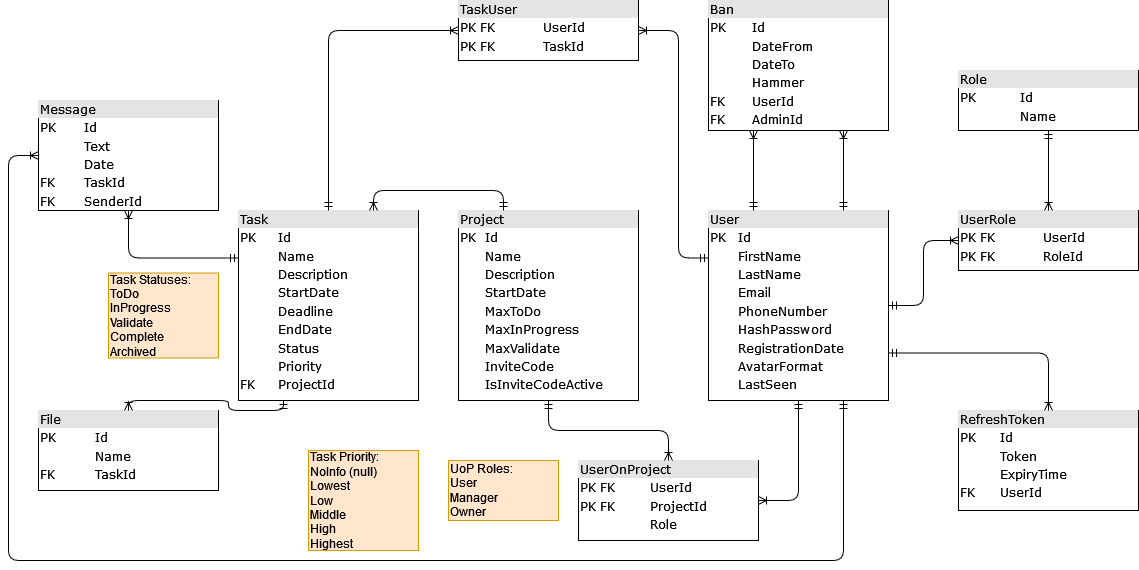
Before: Data/Diagrams/diagram.png, a diagram exported from draw.io (NktCHRN/EasyWork). Source tidied: cells renumbered, new cells last; positions are measured from the earlier drawing's top-left corner, leaving out a move shared by most shapes.
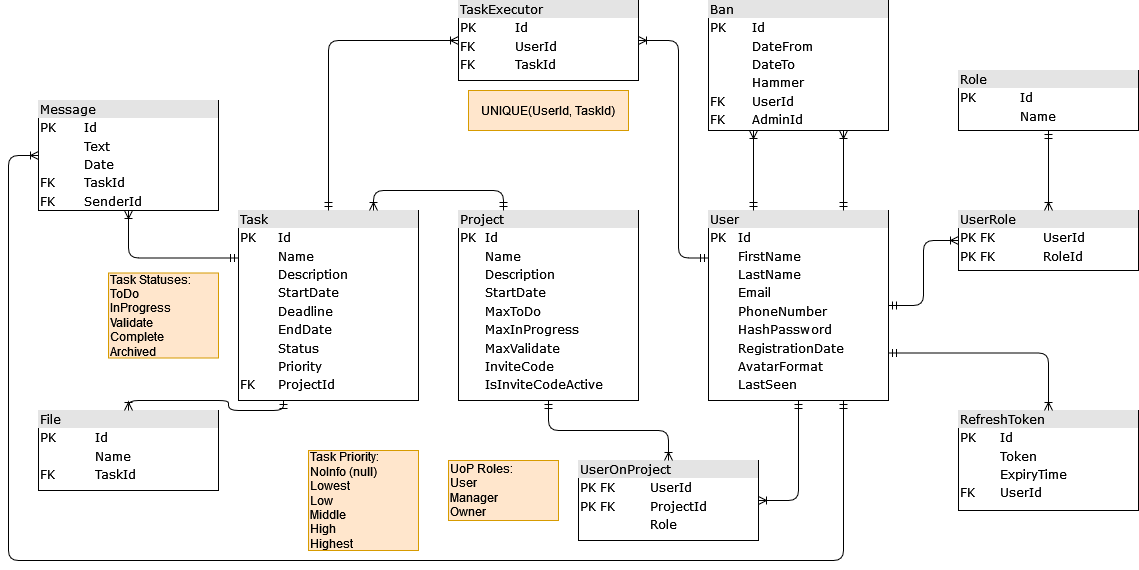
Above is the later version.

Commit message:
Changed the diagram, started doing the TasksHub and fixed bugs

Diff of the diagram source:
```diff
@@ -49,7 +49,7 @@
       <mxGeometry relative="1" as="geometry">
         <Array as="points">
           <mxPoint x="670" y="258" />
-          <mxPoint x="670" y="30" />
+          <mxPoint x="670" y="40" />
         </Array>
       </mxGeometry>
     </mxCell>
@@ -102,13 +102,13 @@
     <mxCell id="24" value="&lt;div&gt;UoP Roles:&lt;/div&gt;&lt;div&gt;User&lt;/div&gt;&lt;div&gt;Manager&lt;/div&gt;&lt;div&gt;Owner&lt;br&gt;&lt;/div&gt;" style="rounded=0;whiteSpace=wrap;html=1;fillColor=#ffe6cc;strokeColor=#d79b00;align=left;" parent="1" vertex="1">
       <mxGeometry x="440" y="460" width="110" height="60" as="geometry" />
     </mxCell>
-    <mxCell id="25" value="&lt;div style=&quot;box-sizing: border-box ; width: 100% ; background: #e4e4e4 ; padding: 2px&quot;&gt;TaskUser&lt;/div&gt;&lt;table style=&quot;width: 100% ; font-size: 1em&quot; cellspacing=&quot;0&quot; cellpadding=&quot;2&quot;&gt;&lt;tbody&gt;&lt;tr&gt;&lt;td&gt;PK FK&lt;br&gt;&lt;/td&gt;&lt;td&gt;UserId&lt;/td&gt;&lt;/tr&gt;&lt;tr&gt;&lt;td&gt;PK FK&lt;br&gt;&lt;/td&gt;&lt;td&gt;TaskId&lt;br&gt;&lt;/td&gt;&lt;/tr&gt;&lt;/tbody&gt;&lt;/table&gt;" style="verticalAlign=top;align=left;overflow=fill;html=1;rounded=0;shadow=0;comic=0;labelBackgroundColor=none;strokeWidth=1;fontFamily=Verdana;fontSize=12;" parent="1" vertex="1">
-      <mxGeometry x="450" width="180" height="60" as="geometry" />
+    <mxCell id="25" value="&lt;div style=&quot;box-sizing: border-box ; width: 100% ; background: #e4e4e4 ; padding: 2px&quot;&gt;TaskExecutor&lt;/div&gt;&lt;table style=&quot;width: 100% ; font-size: 1em&quot; cellspacing=&quot;0&quot; cellpadding=&quot;2&quot;&gt;&lt;tbody&gt;&lt;tr&gt;&lt;td&gt;PK&lt;/td&gt;&lt;td&gt;Id&lt;br&gt;&lt;/td&gt;&lt;/tr&gt;&lt;tr&gt;&lt;td&gt;FK&lt;br&gt;&lt;/td&gt;&lt;td&gt;UserId&lt;/td&gt;&lt;/tr&gt;&lt;tr&gt;&lt;td&gt;FK&lt;br&gt;&lt;/td&gt;&lt;td&gt;TaskId&lt;br&gt;&lt;/td&gt;&lt;/tr&gt;&lt;/tbody&gt;&lt;/table&gt;" style="verticalAlign=top;align=left;overflow=fill;html=1;rounded=0;shadow=0;comic=0;labelBackgroundColor=none;strokeWidth=1;fontFamily=Verdana;fontSize=12;" parent="1" vertex="1">
+      <mxGeometry x="450" width="180" height="80" as="geometry" />
     </mxCell>
     <mxCell id="26" style="edgeStyle=orthogonalEdgeStyle;html=1;labelBackgroundColor=none;startArrow=ERmandOne;endArrow=ERoneToMany;fontFamily=Verdana;fontSize=12;align=left;entryX=0;entryY=0.5;entryDx=0;entryDy=0;exitX=0.5;exitY=0;exitDx=0;exitDy=0;" parent="1" edge="1" source="11" target="25">
       <mxGeometry relative="1" as="geometry">
         <Array as="points">
-          <mxPoint x="320" y="30" />
+          <mxPoint x="320" y="40" />
         </Array>
       </mxGeometry>
     </mxCell>
@@ -118,5 +118,8 @@
     <mxCell id="28" style="edgeStyle=orthogonalEdgeStyle;html=1;labelBackgroundColor=none;startArrow=ERmandOne;endArrow=ERoneToMany;fontFamily=Verdana;fontSize=12;align=left;entryX=0.5;entryY=0;entryDx=0;entryDy=0;exitX=1;exitY=0.75;exitDx=0;exitDy=0;" parent="1" edge="1" source="2" target="27">
       <mxGeometry relative="1" as="geometry" />
     </mxCell>
+    <mxCell id="29" value="&lt;div align=&quot;center&quot;&gt;UNIQUE(UserId, TaskId)&lt;/div&gt;" style="rounded=0;whiteSpace=wrap;html=1;fillColor=#ffe6cc;strokeColor=#d79b00;align=center;" parent="1" vertex="1">
+      <mxGeometry x="460" y="90" width="160" height="40" as="geometry" />
+    </mxCell>
   </root>
 </mxGraphModel>
```
